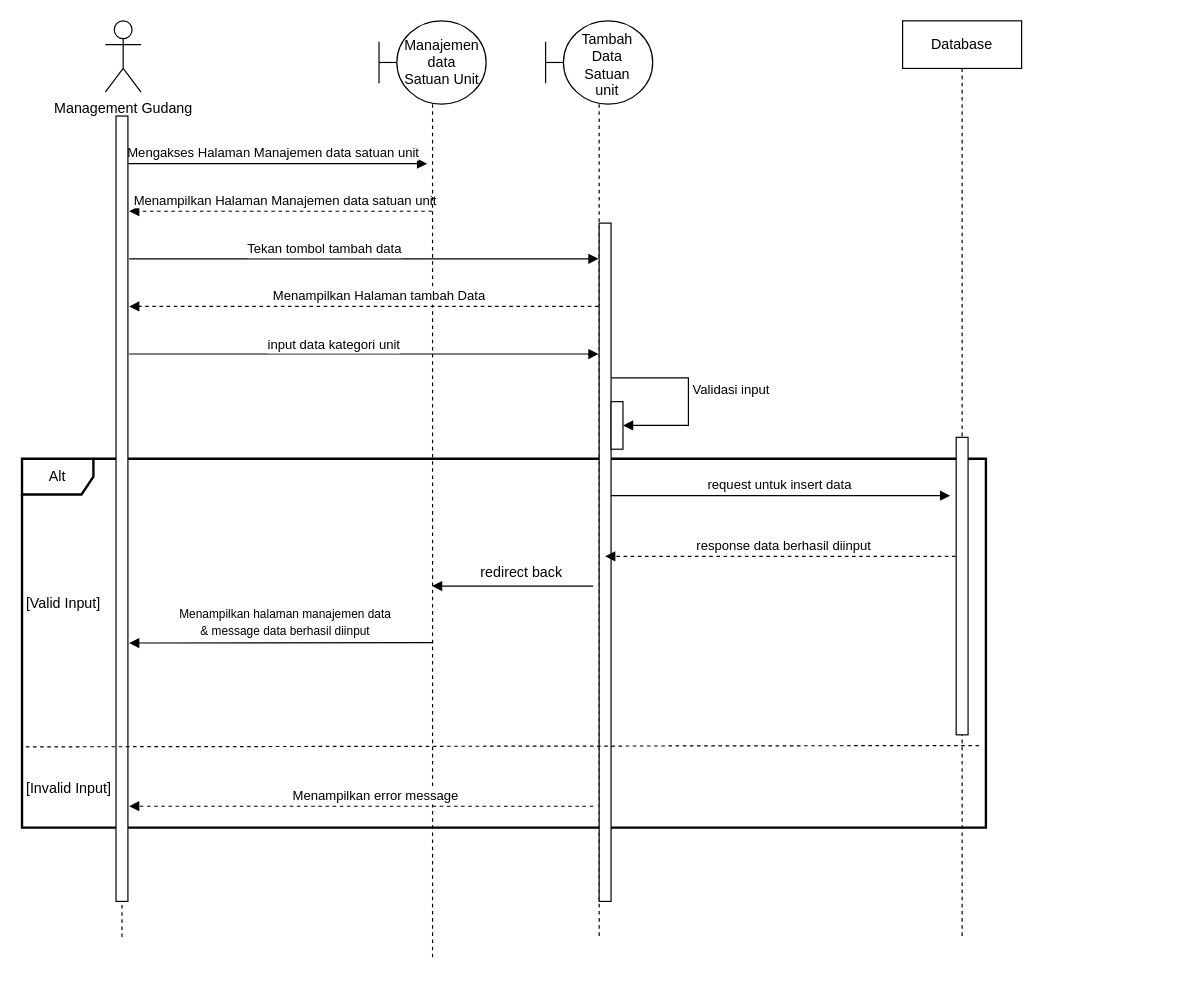
This is Seq data unit.drawio from Mahardika23/SAccounting, a draw.io file, before an edit. Source tidied: cells renumbered, new cells numbered last; positions are measured from the earlier drawing's top-left corner, leaving out a move shared by most shapes. Both pictures are drawn from the tidied source at 119%, with x=0, y=0 at pixel (21, 20).
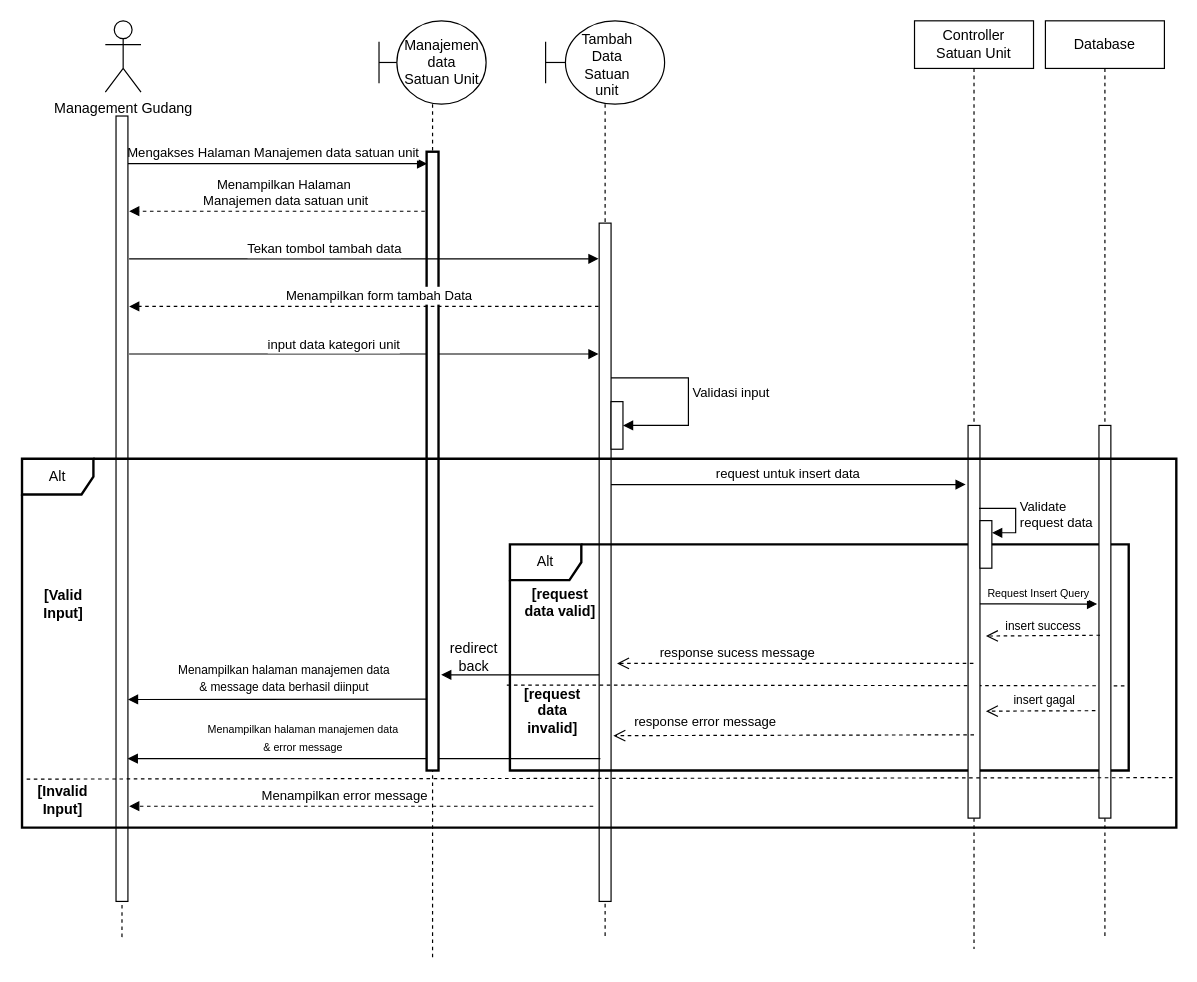
After the change.

Unchanged cells that the change refers to:
```xml
<mxCell id="17" style="shape=umlLifeline;participant=umlBoundary;perimeter=lifelinePerimeter;whiteSpace=wrap;html=1;verticalAlign=top;spacingTop=36;labelBackgroundColor=#ffffff;size=70;" parent="1" vertex="1">
  <mxGeometry x="300" width="90" height="790" as="geometry" />
</mxCell>
<mxCell id="32" style="html=1;verticalAlign=bottom;endArrow=block;dashed=1;" parent="1" edge="1">
  <mxGeometry x="-0.03" relative="1" as="geometry">
    <mxPoint x="484.5" y="240" as="sourcePoint" />
    <mxPoint x="90" y="240" as="targetPoint" />
  </mxGeometry>
</mxCell>
```

Change to the diagram source:
```diff
@@
     <mxCell id="2" value="&amp;nbsp;request untuk insert data" style="html=1;verticalAlign=bottom;endArrow=block;" parent="1" edge="1">
       <mxGeometry relative="1" as="geometry">
-        <mxPoint x="490" y="399" as="sourcePoint" />
-        <mxPoint x="780" y="399" as="targetPoint" />
+        <mxPoint x="490" y="389.7" as="sourcePoint" />
+        <mxPoint x="793" y="389.7" as="targetPoint" />
       </mxGeometry>
     </mxCell>
-    <mxCell id="3" value="Alt" style="shape=umlFrame;whiteSpace=wrap;html=1;strokeWidth=2;" parent="1" vertex="1">
-      <mxGeometry y="368" width="810" height="310" as="geometry" />
-    </mxCell>
@@
-    <mxCell id="5" style="group;" parent="1" vertex="1">
-      <mxGeometry x="470" width="370" height="770" as="geometry" />
-    </mxCell>
+    <mxCell id="13" style="endArrow=none;dashed=1;html=1;" parent="1" edge="1">
+      <mxGeometry relative="1" as="geometry">
+        <mxPoint x="84" y="770" as="sourcePoint" />
+        <mxPoint x="85" y="80" as="targetPoint" />
+      </mxGeometry>
+    </mxCell>
+    <mxCell id="14" value="Mengakses Halaman Manajemen data satuan unit" style="html=1;verticalAlign=bottom;endArrow=block;" parent="1" edge="1" source="16">
+      <mxGeometry x="-0.03" relative="1" as="geometry">
+        <mxPoint x="340.5" y="120" as="targetPoint" />
+      </mxGeometry>
+    </mxCell>
+    <mxCell id="15" value="&lt;font style=&quot;font-size: 11px&quot;&gt;Menampilkan Halaman&lt;br&gt;&amp;nbsp;Manajemen data satuan unit&lt;/font&gt;" style="html=1;verticalAlign=bottom;endArrow=block;dashed=1;" parent="1" edge="1">
+      <mxGeometry x="-0.02" relative="1" as="geometry">
+        <mxPoint x="344.5" y="160" as="sourcePoint" />
+        <mxPoint x="90" y="160" as="targetPoint" />
+      </mxGeometry>
+    </mxCell>
+    <mxCell id="16" style="html=1;points=[];perimeter=orthogonalPerimeter;" parent="1" vertex="1">
+      <mxGeometry x="79" y="80" width="10" height="660" as="geometry" />
+    </mxCell>
+    <mxCell id="23" value="&lt;b&gt;[Invalid Input]&lt;/b&gt;" style="text;html=1;strokeColor=none;fillColor=none;align=center;verticalAlign=middle;whiteSpace=wrap;rounded=0;" parent="1" vertex="1">
+      <mxGeometry x="-1" y="640" width="71" height="30" as="geometry" />
+    </mxCell>
+    <mxCell id="25" style="html=1;verticalAlign=bottom;endArrow=block;dashed=1;" parent="1" edge="1">
+      <mxGeometry x="-0.03" relative="1" as="geometry">
+        <mxPoint x="480" y="660" as="sourcePoint" />
+        <mxPoint x="90" y="660" as="targetPoint" />
+      </mxGeometry>
+    </mxCell>
+    <mxCell id="26" value="&lt;span style=&quot;font-size: 11px&quot;&gt;Menampilkan error message&lt;/span&gt;" style="text;html=1;align=center;verticalAlign=middle;labelBackgroundColor=#ffffff;" parent="25" vertex="1">
+      <mxGeometry x="-0.21" y="9" relative="1" as="geometry">
+        <mxPoint x="-55.9" y="-19" as="offset" />
+      </mxGeometry>
+    </mxCell>
+    <mxCell id="27" value="&lt;b&gt;[Valid Input]&lt;/b&gt;" style="text;html=1;strokeColor=none;fillColor=none;align=center;verticalAlign=middle;whiteSpace=wrap;rounded=0;" parent="1" vertex="1">
+      <mxGeometry y="480" width="70" height="20" as="geometry" />
+    </mxCell>
+    <mxCell id="30" style="html=1;verticalAlign=bottom;endArrow=block;" parent="1" edge="1">
+      <mxGeometry relative="1" as="geometry">
+        <mxPoint x="487.8" y="549.6" as="sourcePoint" />
+        <mxPoint x="352.2" y="549.6" as="targetPoint" />
+      </mxGeometry>
+    </mxCell>
+    <mxCell id="31" value="redirect back" style="text;html=1;strokeColor=none;fillColor=none;align=center;verticalAlign=middle;whiteSpace=wrap;rounded=0;" parent="1" vertex="1">
+      <mxGeometry x="370" y="525" width="20" height="20" as="geometry" />
+    </mxCell>
+    <mxCell id="34" style="html=1;verticalAlign=bottom;endArrow=block;entryX=1.1;entryY=0.671;entryDx=0;entryDy=0;entryPerimeter=0;" parent="1" edge="1">
+      <mxGeometry relative="1" as="geometry">
+        <mxPoint x="344.5" y="570" as="sourcePoint" />
+        <mxPoint x="89" y="570.3" as="targetPoint" />
+      </mxGeometry>
+    </mxCell>
+    <mxCell id="35" value="&lt;font style=&quot;font-size: 10px&quot;&gt;Menampilkan halaman manajemen data&lt;br&gt;&amp;amp; message data berhasil diinput&lt;/font&gt;" style="text;html=1;align=center;verticalAlign=middle;labelBackgroundColor=#ffffff;" parent="34" vertex="1">
+      <mxGeometry x="0.12" y="-1" relative="1" as="geometry">
+        <mxPoint x="17.8" y="-17.7" as="offset" />
+      </mxGeometry>
+    </mxCell>
-    <mxCell id="6" value="Validasi input" style="edgeStyle=orthogonalEdgeStyle;html=1;align=left;spacingLeft=2;endArrow=block;rounded=0;" parent="5" edge="1" source="7">
+    <mxCell id="6" value="Validasi input" style="edgeStyle=orthogonalEdgeStyle;html=1;align=left;spacingLeft=2;endArrow=block;rounded=0;" parent="1" edge="1" source="7">
       <mxGeometry relative="1" as="geometry">
-        <mxPoint x="35" y="340" as="targetPoint" />
+        <mxPoint x="505" y="340" as="targetPoint" />
         <Array as="points">
-          <mxPoint x="90" y="300" />
-          <mxPoint x="90" y="340" />
+          <mxPoint x="560" y="300" />
+          <mxPoint x="560" y="340" />
         </Array>
       </mxGeometry>
     </mxCell>
-    <mxCell id="7" style="shape=umlLifeline;participant=umlBoundary;perimeter=lifelinePerimeter;whiteSpace=wrap;html=1;verticalAlign=top;spacingTop=36;labelBackgroundColor=#ffffff;outlineConnect=0;size=70;" parent="5" vertex="1">
-      <mxGeometry x="-30" width="90" height="770" as="geometry" />
+    <mxCell id="7" style="shape=umlLifeline;participant=umlBoundary;perimeter=lifelinePerimeter;whiteSpace=wrap;html=1;verticalAlign=top;spacingTop=36;labelBackgroundColor=#ffffff;outlineConnect=0;size=70;" parent="1" vertex="1">
+      <mxGeometry x="440" width="100" height="770" as="geometry" />
     </mxCell>
@@
+    <mxCell id="36" style="group;" parent="7" vertex="1">
+      <mxGeometry x="20" y="440" width="470" height="190" as="geometry" />
+    </mxCell>
+    <mxCell id="37" value="Alt" style="shape=umlFrame;whiteSpace=wrap;html=1;strokeWidth=2;" parent="36" vertex="1">
+      <mxGeometry x="-50" width="520" height="190" as="geometry" />
+    </mxCell>
+    <mxCell id="38" style="endArrow=none;dashed=1;html=1;entryX=0.997;entryY=0.633;entryDx=0;entryDy=0;entryPerimeter=0;exitX=-0.005;exitY=0.622;exitDx=0;exitDy=0;exitPerimeter=0;" parent="36" edge="1" source="37">
+      <mxGeometry relative="1" as="geometry">
+        <mxPoint x="467.4" y="118.8" as="targetPoint" />
+      </mxGeometry>
+    </mxCell>
+    <mxCell id="39" value="&lt;span style=&quot;font-size: 10px&quot;&gt;insert gagal&lt;/span&gt;" style="html=1;verticalAlign=bottom;endArrow=open;dashed=1;endSize=8;" parent="36" edge="1">
+      <mxGeometry relative="1" as="geometry">
+        <mxPoint x="448" y="139.7" as="sourcePoint" />
+        <mxPoint x="350" y="140.1" as="targetPoint" />
+      </mxGeometry>
+    </mxCell>
+    <mxCell id="40" value="&lt;b&gt;[request data invalid]&lt;/b&gt;" style="text;html=1;strokeColor=none;fillColor=none;align=center;verticalAlign=middle;whiteSpace=wrap;rounded=0;" parent="36" vertex="1">
+      <mxGeometry x="-40" y="130" width="51.5" height="20.5" as="geometry" />
+    </mxCell>
-    <mxCell id="10" value="Database" style="shape=umlLifeline;perimeter=lifelinePerimeter;whiteSpace=wrap;html=1;" parent="5" vertex="1">
-      <mxGeometry x="270" width="100" height="770" as="geometry" />
+    <mxCell id="10" value="Database" style="shape=umlLifeline;perimeter=lifelinePerimeter;whiteSpace=wrap;html=1;" parent="1" vertex="1">
+      <mxGeometry x="860" width="100" height="770" as="geometry" />
     </mxCell>
     <mxCell id="11" style="html=1;perimeter=orthogonalPerimeter;" parent="10" vertex="1">
-      <mxGeometry x="45" y="350" width="10" height="250" as="geometry" />
+      <mxGeometry x="45" y="340" width="10" height="330" as="geometry" />
     </mxCell>
-    <mxCell id="12" style="html=1;perimeter=orthogonalPerimeter;" parent="5" vertex="1">
-      <mxGeometry x="25" y="320" width="10" height="40" as="geometry" />
+    <mxCell id="12" style="html=1;perimeter=orthogonalPerimeter;" parent="1" vertex="1">
+      <mxGeometry x="495" y="320" width="10" height="40" as="geometry" />
     </mxCell>
-    <mxCell id="13" style="endArrow=none;dashed=1;html=1;" parent="1" edge="1">
-      <mxGeometry relative="1" as="geometry">
-        <mxPoint x="84" y="770" as="sourcePoint" />
-        <mxPoint x="85" y="80" as="targetPoint" />
-      </mxGeometry>
-    </mxCell>
-    <mxCell id="14" value="Mengakses Halaman Manajemen data satuan unit" style="html=1;verticalAlign=bottom;endArrow=block;" parent="1" edge="1" source="16">
-      <mxGeometry x="-0.03" relative="1" as="geometry">
-        <mxPoint x="340.5" y="120" as="targetPoint" />
-      </mxGeometry>
-    </mxCell>
-    <mxCell id="15" value="&lt;font style=&quot;font-size: 11px&quot;&gt;Menampilkan Halaman Manajemen data satuan unit&lt;/font&gt;" style="html=1;verticalAlign=bottom;endArrow=block;dashed=1;" parent="1" edge="1">
-      <mxGeometry x="-0.02" relative="1" as="geometry">
-        <mxPoint x="344.5" y="160" as="sourcePoint" />
-        <mxPoint x="90" y="160" as="targetPoint" />
-        <mxPoint x="1" as="offset" />
-      </mxGeometry>
-    </mxCell>
-    <mxCell id="16" style="html=1;points=[];perimeter=orthogonalPerimeter;" parent="1" vertex="1">
-      <mxGeometry x="79" y="80" width="10" height="660" as="geometry" />
-    </mxCell>
+    <mxCell id="41" value="Controller&lt;br&gt;Satuan Unit" style="shape=umlLifeline;perimeter=lifelinePerimeter;whiteSpace=wrap;html=1;" parent="1" vertex="1">
+      <mxGeometry x="750" width="100" height="780" as="geometry" />
+    </mxCell>
+    <mxCell id="42" style="html=1;points=[];perimeter=orthogonalPerimeter;" parent="41" vertex="1">
+      <mxGeometry x="45" y="340" width="10" height="330" as="geometry" />
+    </mxCell>
+    <mxCell id="43" style="html=1;points=[];perimeter=orthogonalPerimeter;" parent="41" vertex="1">
+      <mxGeometry x="55" y="420" width="10" height="40" as="geometry" />
+    </mxCell>
+    <mxCell id="44" value="Validate&amp;nbsp;&lt;br&gt;request data" style="edgeStyle=orthogonalEdgeStyle;html=1;align=left;spacingLeft=2;endArrow=block;rounded=0;entryX=1.017;entryY=0.255;entryDx=0;entryDy=0;entryPerimeter=0;exitX=0.917;exitY=0.211;exitDx=0;exitDy=0;exitPerimeter=0;" parent="41" edge="1" source="42" target="43">
+      <mxGeometry relative="1" as="geometry">
+        <Array as="points">
+          <mxPoint x="85" y="410" />
+          <mxPoint x="85" y="430" />
+        </Array>
+      </mxGeometry>
+    </mxCell>
+    <mxCell id="45" value="&lt;font style=&quot;font-size: 9px&quot;&gt;Request Insert Query&lt;/font&gt;" style="html=1;verticalAlign=bottom;endArrow=block;entryX=-0.15;entryY=0.455;entryDx=0;entryDy=0;entryPerimeter=0;" parent="41" edge="1">
+      <mxGeometry relative="1" as="geometry">
+        <mxPoint x="55" y="490" as="sourcePoint" />
+        <mxPoint x="153.5" y="490.1" as="targetPoint" />
+      </mxGeometry>
+    </mxCell>
+    <mxCell id="46" value="response error message" style="html=1;verticalAlign=bottom;endArrow=open;dashed=1;endSize=8;entryX=1.191;entryY=0.742;entryDx=0;entryDy=0;entryPerimeter=0;" parent="1" edge="1">
+      <mxGeometry x="0.49" y="-3" relative="1" as="geometry">
+        <mxPoint x="800" y="600" as="sourcePoint" />
+        <mxPoint x="496.9" y="600.7" as="targetPoint" />
+      </mxGeometry>
+    </mxCell>
+    <mxCell id="47" style="html=1;verticalAlign=bottom;endArrow=block;entryX=0.978;entryY=0.806;entryDx=0;entryDy=0;entryPerimeter=0;" parent="1" edge="1">
+      <mxGeometry relative="1" as="geometry">
+        <mxPoint x="486" y="620" as="sourcePoint" />
+        <mxPoint x="88.8" y="620" as="targetPoint" />
+      </mxGeometry>
+    </mxCell>
+    <mxCell id="48" value="&lt;font style=&quot;font-size: 9px&quot;&gt;Menampilkan halaman manajemen data&lt;br&gt;&amp;amp; error message&lt;/font&gt;" style="text;html=1;align=center;verticalAlign=middle;labelBackgroundColor=#ffffff;" parent="47" vertex="1">
+      <mxGeometry x="0.12" y="-1" relative="1" as="geometry">
+        <mxPoint x="-28.1" y="-17.1" as="offset" />
+      </mxGeometry>
+    </mxCell>
@@
+    <mxCell id="21" style="html=1;verticalAlign=bottom;endArrow=block;" parent="17" edge="1">
+      <mxGeometry x="-0.03" relative="1" as="geometry">
+        <mxPoint x="-210" y="280" as="sourcePoint" />
+        <mxPoint x="184.5" y="280" as="targetPoint" />
+      </mxGeometry>
+    </mxCell>
+    <mxCell id="22" value="&lt;font style=&quot;font-size: 11px&quot;&gt;input data kategori unit&lt;/font&gt;" style="text;html=1;align=center;verticalAlign=middle;labelBackgroundColor=#ffffff;" parent="21" vertex="1">
+      <mxGeometry x="-0.21" y="9" relative="1" as="geometry">
+        <mxPoint x="15" as="offset" />
+      </mxGeometry>
+    </mxCell>
+    <mxCell id="49" style="html=1;perimeter=orthogonalPerimeter;strokeWidth=2;" parent="17" vertex="1">
+      <mxGeometry x="40" y="110" width="10" height="520" as="geometry" />
+    </mxCell>
@@
-    <mxCell id="21" style="html=1;verticalAlign=bottom;endArrow=block;" parent="17" edge="1">
-      <mxGeometry x="-0.03" relative="1" as="geometry">
-        <mxPoint x="-210" y="280" as="sourcePoint" />
-        <mxPoint x="184.5" y="280" as="targetPoint" />
-      </mxGeometry>
-    </mxCell>
-    <mxCell id="22" value="&lt;font style=&quot;font-size: 11px&quot;&gt;input data kategori unit&lt;/font&gt;" style="text;html=1;align=center;verticalAlign=middle;labelBackgroundColor=#ffffff;" parent="21" vertex="1">
-      <mxGeometry x="-0.21" y="9" relative="1" as="geometry">
-        <mxPoint x="15" as="offset" />
-      </mxGeometry>
-    </mxCell>
-    <mxCell id="23" value="[Invalid Input]" style="text;html=1;strokeColor=none;fillColor=none;align=center;verticalAlign=middle;whiteSpace=wrap;rounded=0;" parent="1" vertex="1">
-      <mxGeometry y="630" width="79" height="30" as="geometry" />
-    </mxCell>
+    <mxCell id="50" value="response sucess message" style="html=1;verticalAlign=bottom;endArrow=open;dashed=1;endSize=8;" parent="1" edge="1">
+      <mxGeometry x="0.33" relative="1" as="geometry">
+        <mxPoint x="799.5" y="540" as="sourcePoint" />
+        <mxPoint x="500" y="540" as="targetPoint" />
+      </mxGeometry>
+    </mxCell>
+    <mxCell id="51" value="&lt;span style=&quot;font-size: 10px&quot;&gt;insert success&lt;/span&gt;" style="html=1;verticalAlign=bottom;endArrow=open;dashed=1;endSize=8;entryX=0.911;entryY=0.578;entryDx=0;entryDy=0;entryPerimeter=0;" parent="1" edge="1">
+      <mxGeometry relative="1" as="geometry">
+        <mxPoint x="905.9" y="516.3" as="sourcePoint" />
+        <mxPoint x="810" y="517" as="targetPoint" />
+      </mxGeometry>
+    </mxCell>
+    <mxCell id="52" value="&lt;b&gt;[request data valid]&lt;/b&gt;" style="text;html=1;strokeColor=none;fillColor=none;align=center;verticalAlign=middle;whiteSpace=wrap;rounded=0;" parent="1" vertex="1">
+      <mxGeometry x="420" y="480" width="64.5" height="18.5" as="geometry" />
+    </mxCell>
-    <mxCell id="24" style="endArrow=none;dashed=1;html=1;exitX=0.004;exitY=0.781;exitDx=0;exitDy=0;exitPerimeter=0;" parent="1" edge="1" source="3">
+    <mxCell id="24" style="endArrow=none;dashed=1;html=1;exitX=0.004;exitY=0.781;exitDx=0;exitDy=0;exitPerimeter=0;entryX=0.997;entryY=0.777;entryDx=0;entryDy=0;entryPerimeter=0;" parent="1" edge="1">
       <mxGeometry relative="1" as="geometry">
-        <mxPoint x="806" y="609" as="targetPoint" />
+        <mxPoint x="3.9" y="637.2" as="sourcePoint" />
+        <mxPoint x="967.1" y="636" as="targetPoint" />
       </mxGeometry>
     </mxCell>
-    <mxCell id="25" style="html=1;verticalAlign=bottom;endArrow=block;dashed=1;" parent="1" edge="1">
-      <mxGeometry x="-0.03" relative="1" as="geometry">
-        <mxPoint x="480" y="660" as="sourcePoint" />
-        <mxPoint x="90" y="660" as="targetPoint" />
-      </mxGeometry>
-    </mxCell>
-    <mxCell id="26" value="&lt;span style=&quot;font-size: 11px&quot;&gt;Menampilkan error message&lt;/span&gt;" style="text;html=1;align=center;verticalAlign=middle;labelBackgroundColor=#ffffff;" parent="25" vertex="1">
-      <mxGeometry x="-0.21" y="9" relative="1" as="geometry">
-        <mxPoint x="-29.5" y="-19" as="offset" />
-      </mxGeometry>
-    </mxCell>
-    <mxCell id="27" value="[Valid Input]" style="text;html=1;strokeColor=none;fillColor=none;align=center;verticalAlign=middle;whiteSpace=wrap;rounded=0;" parent="1" vertex="1">
-      <mxGeometry y="480" width="70" height="20" as="geometry" />
-    </mxCell>
-    <mxCell id="28" style="html=1;verticalAlign=bottom;endArrow=block;dashed=1;" parent="1" edge="1">
-      <mxGeometry x="-0.03" relative="1" as="geometry">
-        <mxPoint x="784.5" y="450" as="sourcePoint" />
-        <mxPoint x="490" y="450" as="targetPoint" />
-      </mxGeometry>
-    </mxCell>
-    <mxCell id="29" value="&lt;font style=&quot;font-size: 11px&quot;&gt;response data berhasil diinput&lt;/font&gt;" style="text;html=1;align=center;verticalAlign=middle;labelBackgroundColor=#ffffff;" parent="28" vertex="1">
-      <mxGeometry x="-0.21" y="9" relative="1" as="geometry">
-        <mxPoint x="-29.5" y="-19" as="offset" />
-      </mxGeometry>
-    </mxCell>
-    <mxCell id="30" style="html=1;verticalAlign=bottom;endArrow=block;" parent="1" edge="1">
-      <mxGeometry relative="1" as="geometry">
-        <mxPoint x="480" y="475" as="sourcePoint" />
-        <mxPoint x="344.5" y="475" as="targetPoint" />
-      </mxGeometry>
-    </mxCell>
-    <mxCell id="31" value="redirect back" style="text;html=1;strokeColor=none;fillColor=none;align=center;verticalAlign=middle;whiteSpace=wrap;rounded=0;" parent="1" vertex="1">
-      <mxGeometry x="370" y="454" width="100" height="20" as="geometry" />
-    </mxCell>
+    <mxCell id="3" value="Alt" style="shape=umlFrame;whiteSpace=wrap;html=1;strokeWidth=2;" parent="1" vertex="1">
+      <mxGeometry y="368" width="970" height="310" as="geometry" />
+    </mxCell>
@@
-    <mxCell id="33" value="&lt;font style=&quot;font-size: 11px&quot;&gt;Menampilkan&amp;nbsp;Halaman tambah Data&lt;/font&gt;" style="text;html=1;align=center;verticalAlign=middle;labelBackgroundColor=#ffffff;" parent="32" vertex="1">
+    <mxCell id="33" value="&lt;font style=&quot;font-size: 11px&quot;&gt;Menampilkan&amp;nbsp;form tambah Data&lt;/font&gt;" style="text;html=1;align=center;verticalAlign=middle;labelBackgroundColor=#ffffff;" parent="32" vertex="1">
       <mxGeometry x="-0.21" y="9" relative="1" as="geometry">
         <mxPoint x="-29.5" y="-19" as="offset" />
       </mxGeometry>
     </mxCell>
-    <mxCell id="34" style="html=1;verticalAlign=bottom;endArrow=block;entryX=1.1;entryY=0.671;entryDx=0;entryDy=0;entryPerimeter=0;" parent="1" edge="1" target="16">
-      <mxGeometry relative="1" as="geometry">
-        <mxPoint x="345.5" y="522.6" as="sourcePoint" />
-      </mxGeometry>
-    </mxCell>
-    <mxCell id="35" value="&lt;font style=&quot;font-size: 10px&quot;&gt;Menampilkan halaman manajemen data&lt;br&gt;&amp;amp; message data berhasil diinput&lt;/font&gt;" style="text;html=1;align=center;verticalAlign=middle;labelBackgroundColor=#ffffff;" parent="34" vertex="1">
-      <mxGeometry x="0.12" y="-1" relative="1" as="geometry">
-        <mxPoint x="17.8" y="-17.7" as="offset" />
-      </mxGeometry>
-    </mxCell>
```
